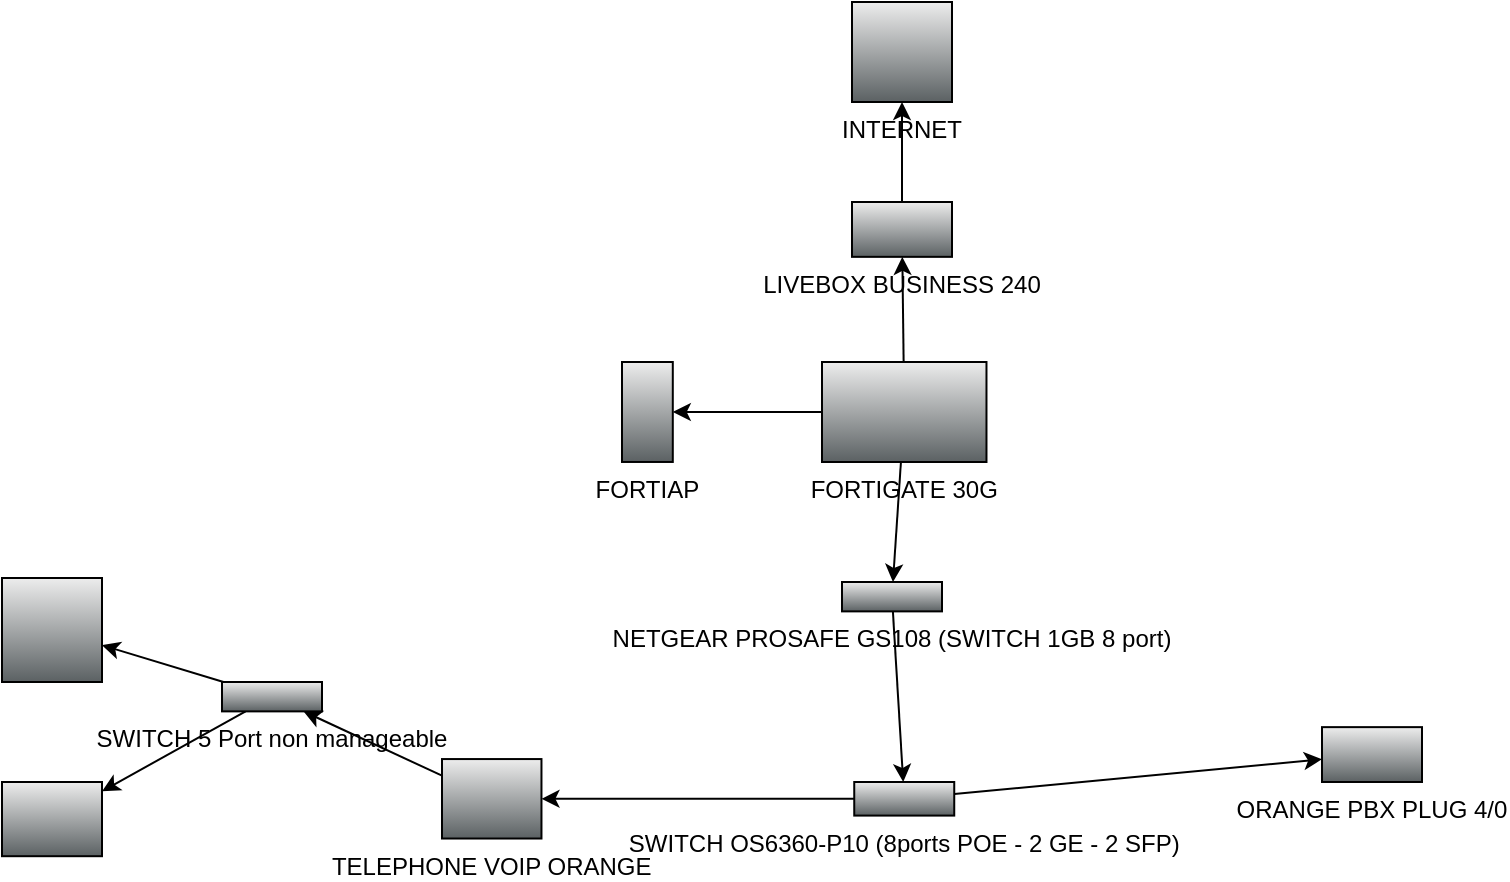
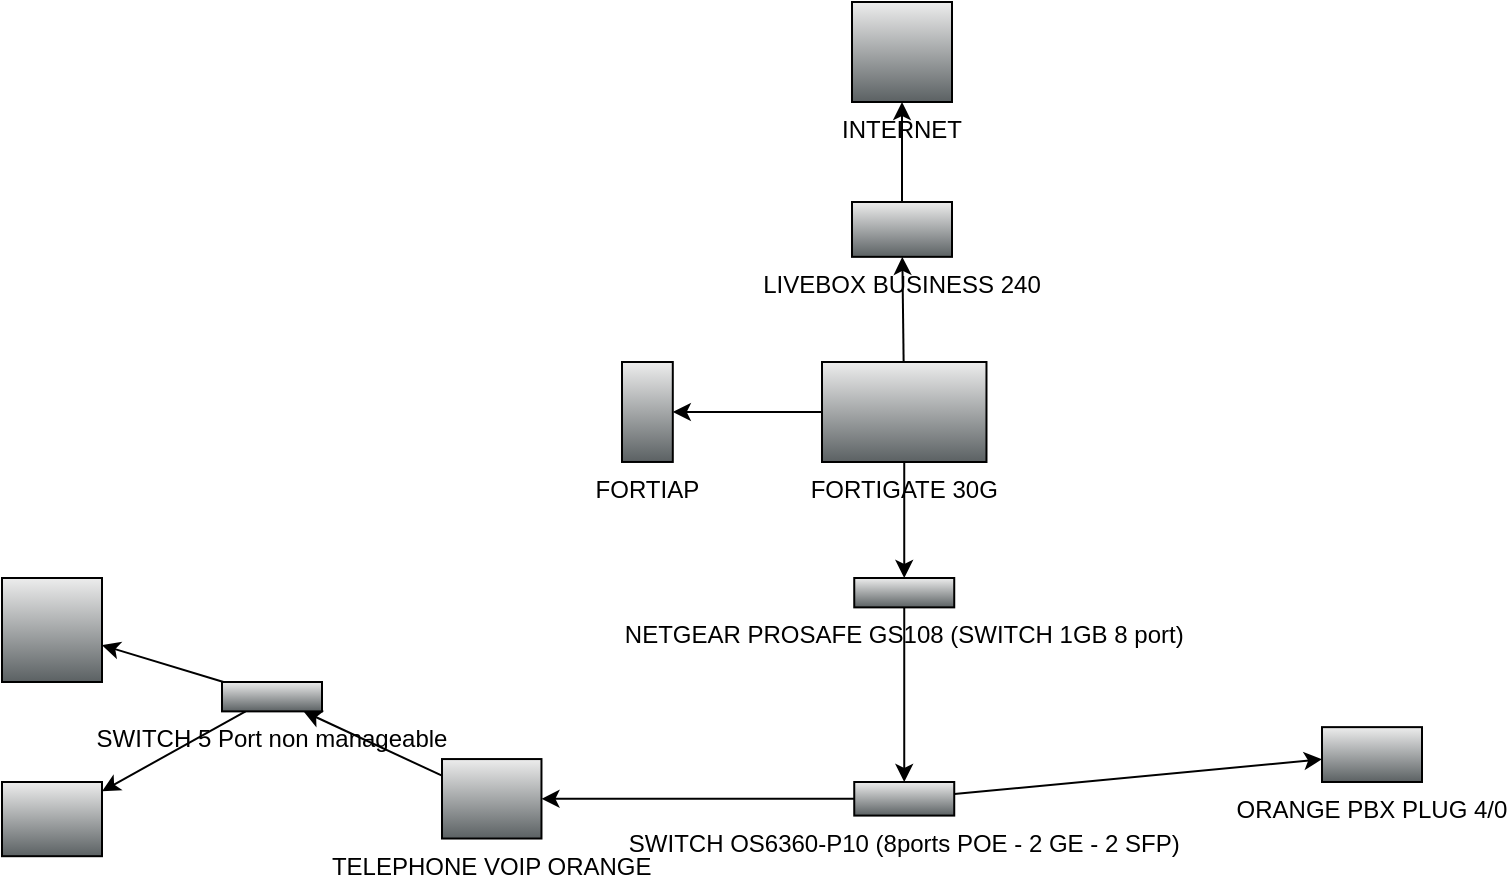
<mxfile host="app.diagrams.net">
  <diagram name="Page-1" id="SNd0UjQyqeZxcuwc7g9k">
    <mxGraphModel dx="1608" dy="1668" grid="1" gridSize="10" guides="1" tooltips="1" connect="1" arrows="1" fold="1" page="1" pageScale="1" pageWidth="850" pageHeight="1100" math="0" shadow="0">
      <root>
        <mxCell id="0" />
        <mxCell id="1" parent="0" />
        <mxCell id="lPvuPijrXA5V_kjDJQ-a-10" edge="1" parent="1" source="lPvuPijrXA5V_kjDJQ-a-1" style="edgeStyle=none;rounded=0;orthogonalLoop=1;jettySize=auto;html=1;" target="lPvuPijrXA5V_kjDJQ-a-9" value="">
          <mxGeometry relative="1" as="geometry" />
        </mxCell>
        <mxCell id="lPvuPijrXA5V_kjDJQ-a-11" edge="1" parent="1" source="lPvuPijrXA5V_kjDJQ-a-1" style="edgeStyle=none;rounded=0;orthogonalLoop=1;jettySize=auto;html=1;" target="lPvuPijrXA5V_kjDJQ-a-5" value="">
          <mxGeometry relative="1" as="geometry" />
        </mxCell>
        <mxCell id="lPvuPijrXA5V_kjDJQ-a-15" edge="1" parent="1" source="lPvuPijrXA5V_kjDJQ-a-1" style="edgeStyle=none;rounded=0;orthogonalLoop=1;jettySize=auto;html=1;" target="lPvuPijrXA5V_kjDJQ-a-6" value="">
          <mxGeometry relative="1" as="geometry" />
        </mxCell>
        <mxCell id="lPvuPijrXA5V_kjDJQ-a-1" parent="1" style="shape=mxgraph.networks2.icon;aspect=fixed;fillColor=#EDEDED;strokeColor=#000000;gradientColor=#5B6163;network2IconShadow=1;network2bgFillColor=none;labelPosition=center;verticalLabelPosition=bottom;align=center;verticalAlign=top;network2Icon=mxgraph.networks2.firewall;network2IconXOffset=0.0001;network2IconYOffset=0.0001;network2IconW=1;network2IconH=0.608;" value="FORTIGATE 30G" vertex="1">
          <mxGeometry height="50" width="82.24" x="360" y="120" as="geometry" />
        </mxCell>
        <mxCell id="lPvuPijrXA5V_kjDJQ-a-2" parent="1" style="shape=mxgraph.networks2.icon;aspect=fixed;fillColor=#EDEDED;strokeColor=#000000;gradientColor=#5B6163;network2IconShadow=1;network2bgFillColor=none;labelPosition=center;verticalLabelPosition=bottom;align=center;verticalAlign=top;network2Icon=mxgraph.networks2.globe;network2IconW=1;network2IconH=1;" value="INTERNET" vertex="1">
          <mxGeometry height="50" width="50" x="375" y="-60" as="geometry" />
        </mxCell>
        <mxCell id="lPvuPijrXA5V_kjDJQ-a-4" parent="1" style="fillColorStyles=neutralFill;neutralFill=#9DA6A8;shape=mxgraph.networks2.icon;aspect=fixed;fillColor=#EDEDED;strokeColor=#000000;gradientColor=#5B6163;network2IconShadow=1;network2bgFillColor=none;labelPosition=center;verticalLabelPosition=bottom;align=center;verticalAlign=top;network2Icon=mxgraph.networks2.wireless_hub;network2IconYOffset=-0.1142;network2IconW=1;network2IconH=0.5485;" value="ORANGE PBX PLUG 4/0" vertex="1">
          <mxGeometry height="27.425" width="50" x="610" y="302.57" as="geometry" />
        </mxCell>
        <mxCell id="lPvuPijrXA5V_kjDJQ-a-12" edge="1" parent="1" source="lPvuPijrXA5V_kjDJQ-a-5" style="edgeStyle=none;rounded=0;orthogonalLoop=1;jettySize=auto;html=1;" target="lPvuPijrXA5V_kjDJQ-a-2" value="">
          <mxGeometry relative="1" as="geometry" />
        </mxCell>
        <mxCell id="lPvuPijrXA5V_kjDJQ-a-5" parent="1" style="fillColorStyles=neutralFill;neutralFill=#9DA6A8;shape=mxgraph.networks2.icon;aspect=fixed;fillColor=#EDEDED;strokeColor=#000000;gradientColor=#5B6163;network2IconShadow=1;network2bgFillColor=none;labelPosition=center;verticalLabelPosition=bottom;align=center;verticalAlign=top;network2Icon=mxgraph.networks2.wireless_hub;network2IconYOffset=-0.1142;network2IconW=1;network2IconH=0.5485;" value="LIVEBOX BUSINESS 240" vertex="1">
          <mxGeometry height="27.425" width="50" x="375" y="39.999999999999986" as="geometry" />
        </mxCell>
        <mxCell id="lPvuPijrXA5V_kjDJQ-a-16" edge="1" parent="1" source="lPvuPijrXA5V_kjDJQ-a-6" style="edgeStyle=none;rounded=0;orthogonalLoop=1;jettySize=auto;html=1;" target="lPvuPijrXA5V_kjDJQ-a-14" value="">
          <mxGeometry relative="1" as="geometry" />
        </mxCell>
        <mxCell id="lPvuPijrXA5V_kjDJQ-a-6" parent="1" style="fillColorStyles=neutralFill;neutralFill=#9DA6A8;shape=mxgraph.networks2.icon;aspect=fixed;fillColor=#EDEDED;strokeColor=#000000;gradientColor=#5B6163;network2IconShadow=1;network2bgFillColor=none;labelPosition=center;verticalLabelPosition=bottom;align=center;verticalAlign=top;network2Icon=mxgraph.networks2.hub;network2IconXOffset=0.0001;network2IconYOffset=0.0129;network2IconW=1;network2IconH=0.2938;" value="NETGEAR PROSAFE GS108 (SWITCH 1GB 8 port)" vertex="1">
-           <mxGeometry height="14.69" width="50" x="370" y="230.00000000000003" as="geometry" />
+           <mxGeometry height="14.69" width="50" x="376.12" y="228.00000000000003" as="geometry" />
        </mxCell>
        <mxCell id="lPvuPijrXA5V_kjDJQ-a-9" parent="1" style="shape=mxgraph.networks2.icon;aspect=fixed;fillColor=#EDEDED;strokeColor=#000000;gradientColor=#5B6163;network2IconShadow=1;network2bgFillColor=none;labelPosition=center;verticalLabelPosition=bottom;align=center;verticalAlign=top;network2Icon=mxgraph.networks2.antenna;network2IconYOffset=0.0004;network2IconW=0.508;network2IconH=0.9997;" value="FORTIAP" vertex="1">
          <mxGeometry height="49.985" width="25.4" x="260" y="120" as="geometry" />
        </mxCell>
        <mxCell id="lPvuPijrXA5V_kjDJQ-a-18" edge="1" parent="1" source="lPvuPijrXA5V_kjDJQ-a-14" style="edgeStyle=none;rounded=0;orthogonalLoop=1;jettySize=auto;html=1;" target="lPvuPijrXA5V_kjDJQ-a-17" value="">
          <mxGeometry relative="1" as="geometry" />
        </mxCell>
        <mxCell id="lPvuPijrXA5V_kjDJQ-a-26" edge="1" parent="1" source="lPvuPijrXA5V_kjDJQ-a-14" style="edgeStyle=none;rounded=0;orthogonalLoop=1;jettySize=auto;html=1;" target="lPvuPijrXA5V_kjDJQ-a-4" value="">
          <mxGeometry relative="1" as="geometry" />
        </mxCell>
        <mxCell id="lPvuPijrXA5V_kjDJQ-a-14" parent="1" style="shape=mxgraph.networks2.icon;aspect=fixed;fillColor=#EDEDED;strokeColor=#000000;gradientColor=#5B6163;network2IconShadow=1;network2bgFillColor=none;labelPosition=center;verticalLabelPosition=bottom;align=center;verticalAlign=top;network2Icon=mxgraph.networks2.patch_panel;network2IconXOffset=0.0001;network2IconYOffset=-0.0211;network2IconW=1;network2IconH=0.3359;" value="SWITCH OS6360-P10 (8ports POE - 2 GE - 2 SFP)" vertex="1">
          <mxGeometry height="16.794999999999998" width="50" x="376.12" y="330" as="geometry" />
        </mxCell>
        <mxCell id="lPvuPijrXA5V_kjDJQ-a-20" edge="1" parent="1" source="lPvuPijrXA5V_kjDJQ-a-17" style="edgeStyle=none;rounded=0;orthogonalLoop=1;jettySize=auto;html=1;" target="lPvuPijrXA5V_kjDJQ-a-19" value="">
          <mxGeometry relative="1" as="geometry" />
        </mxCell>
        <mxCell id="lPvuPijrXA5V_kjDJQ-a-17" parent="1" style="shape=mxgraph.networks2.icon;aspect=fixed;fillColor=#EDEDED;strokeColor=#000000;gradientColor=#5B6163;network2IconShadow=1;network2bgFillColor=none;labelPosition=center;verticalLabelPosition=bottom;align=center;verticalAlign=top;network2Icon=mxgraph.networks2.phone;network2IconXOffset=0.0009;network2IconYOffset=-0.0064;network2IconW=0.9947;network2IconH=0.7947;" value="TELEPHONE VOIP ORANGE" vertex="1">
          <mxGeometry height="39.735" width="49.735" x="170" y="318.53" as="geometry" />
        </mxCell>
        <mxCell id="lPvuPijrXA5V_kjDJQ-a-22" edge="1" parent="1" source="lPvuPijrXA5V_kjDJQ-a-19" style="edgeStyle=none;rounded=0;orthogonalLoop=1;jettySize=auto;html=1;" target="lPvuPijrXA5V_kjDJQ-a-21" value="">
          <mxGeometry relative="1" as="geometry" />
        </mxCell>
        <mxCell id="lPvuPijrXA5V_kjDJQ-a-25" edge="1" parent="1" source="lPvuPijrXA5V_kjDJQ-a-19" style="edgeStyle=none;rounded=0;orthogonalLoop=1;jettySize=auto;html=1;" target="lPvuPijrXA5V_kjDJQ-a-24" value="">
          <mxGeometry relative="1" as="geometry" />
        </mxCell>
        <mxCell id="lPvuPijrXA5V_kjDJQ-a-19" parent="1" style="fillColorStyles=neutralFill;neutralFill=#9DA6A8;shape=mxgraph.networks2.icon;aspect=fixed;fillColor=#EDEDED;strokeColor=#000000;gradientColor=#5B6163;network2IconShadow=1;network2bgFillColor=none;labelPosition=center;verticalLabelPosition=bottom;align=center;verticalAlign=top;network2Icon=mxgraph.networks2.hub;network2IconXOffset=0.0001;network2IconYOffset=0.0129;network2IconW=1;network2IconH=0.2938;" value="SWITCH 5 Port non manageable" vertex="1">
          <mxGeometry height="14.69" width="50" x="60" y="280" as="geometry" />
        </mxCell>
        <mxCell id="lPvuPijrXA5V_kjDJQ-a-21" parent="1" style="shape=mxgraph.networks2.icon;aspect=fixed;fillColor=#EDEDED;strokeColor=#000000;gradientColor=#5B6163;network2IconShadow=1;network2bgFillColor=none;labelPosition=center;verticalLabelPosition=bottom;align=center;verticalAlign=top;network2Icon=mxgraph.networks2.monitor;network2IconYOffset=-0.009;network2IconW=1;network2IconH=0.742;" value="" vertex="1">
          <mxGeometry height="37.1" width="50" x="-50" y="330" as="geometry" />
        </mxCell>
        <mxCell id="lPvuPijrXA5V_kjDJQ-a-24" parent="1" style="fillColorStyles=neutralFill;neutralFill=#9DA6A8;shape=mxgraph.networks2.icon;aspect=fixed;fillColor=#EDEDED;strokeColor=#000000;gradientColor=#5B6163;network2IconShadow=1;network2bgFillColor=none;labelPosition=center;verticalLabelPosition=bottom;align=center;verticalAlign=top;network2Icon=mxgraph.networks2.printer;network2IconW=1;network2IconH=1.04;" value="" vertex="1">
          <mxGeometry height="52" width="50" x="-50" y="228.00000000000003" as="geometry" />
        </mxCell>
      </root>
    </mxGraphModel>
  </diagram>
</mxfile>
